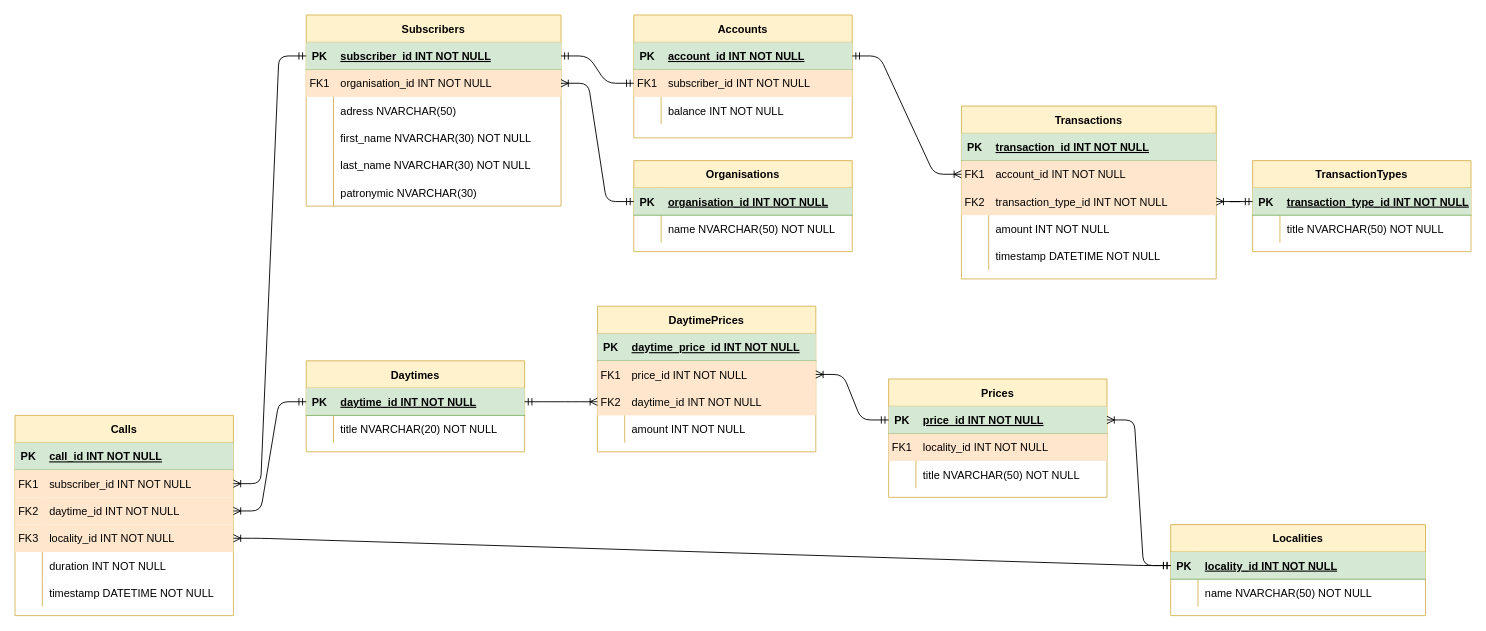
Above: DBSchema.drawio in temoncher/telephone-company-api (draw.io), before the change. Source tidied: cells renumbered, new cells numbered last; positions are measured from the earlier drawing's top-left corner, leaving out a move shared by most shapes. Both pictures are drawn from the tidied source at 91%, with x=0, y=0 at pixel (15, 15).
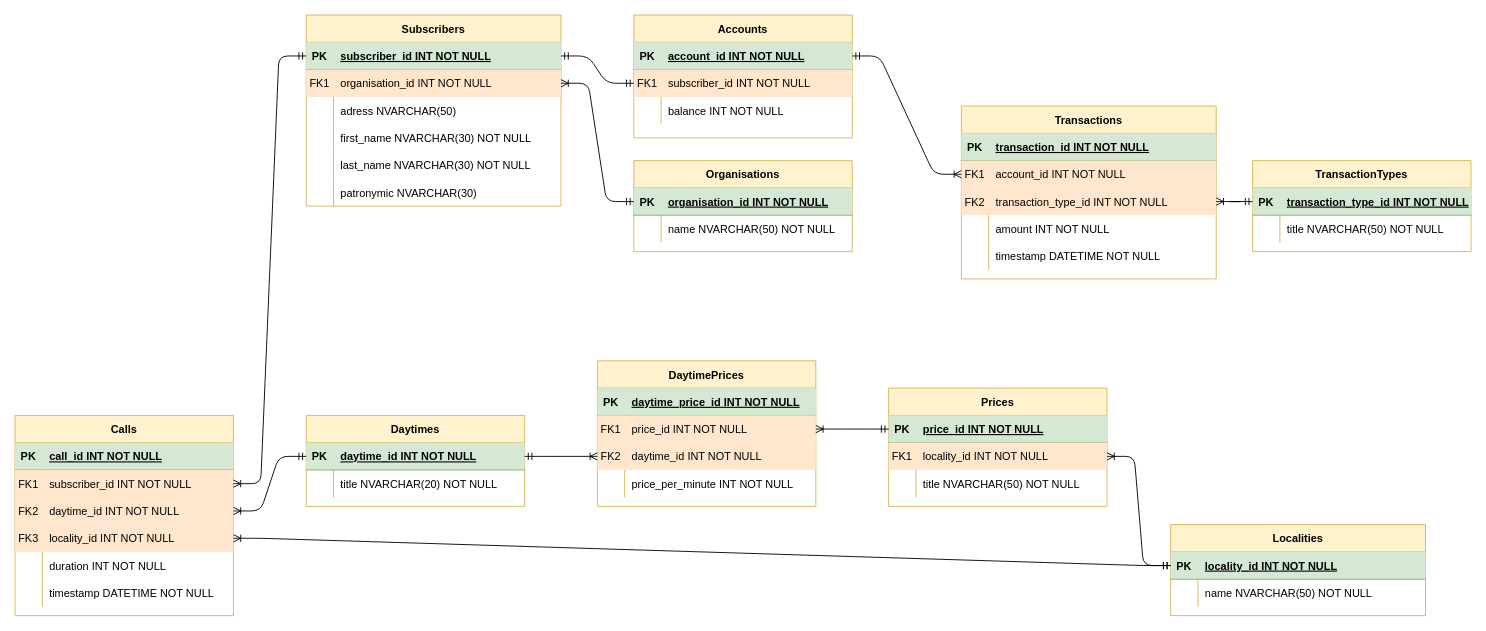
The same page after the edit.

Unchanged cells that the change refers to:
```xml
<mxCell id="56" style="shape=partialRectangle;fillColor=#d5e8d4;top=0;left=0;bottom=1;right=0;points=[[0,0.5],[1,0.5]];portConstraint=eastwest;strokeColor=#82b366;" parent="55" vertex="1">
  <mxGeometry y="30" width="280" height="30" as="geometry" />
</mxCell>
<mxCell id="63" style="shape=partialRectangle;fillColor=#d5e8d4;top=0;left=0;bottom=1;right=0;points=[[0,0.5],[1,0.5]];portConstraint=eastwest;strokeColor=#82b366;" parent="62" vertex="1">
  <mxGeometry y="30" width="240" height="30" as="geometry" />
</mxCell>
<mxCell id="66" style="shape=partialRectangle;fillColor=#ffe6cc;top=0;left=0;bottom=0;right=0;points=[[0,0.5],[1,0.5]];portConstraint=eastwest;strokeColor=#d79b00;" parent="62" vertex="1">
  <mxGeometry y="60" width="240" height="30" as="geometry" />
</mxCell>
<mxCell id="82" style="shape=partialRectangle;fillColor=none;top=0;left=0;bottom=0;right=0;" parent="72" vertex="1">
  <mxGeometry y="120" width="240" height="30" as="geometry" />
</mxCell>
```

The edit, as a diff of the source:
```diff
@@
     <mxCell id="62" value="Prices" style="shape=table;startSize=30;childLayout=tableLayout;rowLines=0;fontStyle=1;align=center;rounded=0;shadow=0;sketch=0;fillColor=#fff2cc;strokeColor=#d6b656;" parent="1" vertex="1">
-      <mxGeometry x="960" y="400" width="240" height="130" as="geometry" />
+      <mxGeometry x="960" y="410" width="240" height="130" as="geometry" />
     </mxCell>
@@
     <mxCell id="72" value="DaytimePrices" style="shape=table;startSize=30;childLayout=tableLayout;rowLines=0;fontStyle=1;align=center;rounded=0;shadow=0;sketch=0;fillColor=#fff2cc;strokeColor=#d6b656;" parent="1" vertex="1">
-      <mxGeometry x="640" y="320" width="240" height="160" as="geometry" />
+      <mxGeometry x="640" y="380" width="240" height="160" as="geometry" />
     </mxCell>
@@
-    <mxCell id="84" value="amount INT NOT NULL" style="shape=partialRectangle;fillColor=none;top=0;left=0;bottom=0;right=0;align=left;spacingLeft=6;overflow=hidden;" parent="82" vertex="1">
+    <mxCell id="84" value="price_per_minute INT NOT NULL" style="shape=partialRectangle;fillColor=none;top=0;left=0;bottom=0;right=0;align=left;spacingLeft=6;overflow=hidden;" parent="82" vertex="1">
       <mxGeometry x="30" width="210" height="30" as="geometry" />
     </mxCell>
@@
-    <mxCell id="88" style="edgeStyle=entityRelationEdgeStyle;fontSize=12;html=1;endArrow=ERoneToMany;startArrow=ERmandOne;exitX=0;exitY=0.5;exitDx=0;exitDy=0;entryX=1;entryY=0.5;entryDx=0;entryDy=0;" parent="1" edge="1" source="56" target="63">
+    <mxCell id="88" style="edgeStyle=entityRelationEdgeStyle;fontSize=12;html=1;endArrow=ERoneToMany;startArrow=ERmandOne;exitX=0;exitY=0.5;exitDx=0;exitDy=0;entryX=1;entryY=0.5;entryDx=0;entryDy=0;" parent="1" edge="1" source="56" target="66">
       <mxGeometry relative="1" as="geometry" />
     </mxCell>
@@
     <mxCell id="110" value="Daytimes" style="shape=table;startSize=30;childLayout=tableLayout;rowLines=0;fontStyle=1;align=center;rounded=0;shadow=0;sketch=0;fillColor=#fff2cc;strokeColor=#d6b656;" parent="1" vertex="1">
-      <mxGeometry x="320" y="380" width="240" height="100" as="geometry" />
+      <mxGeometry x="320" y="440" width="240" height="100" as="geometry" />
     </mxCell>
```
